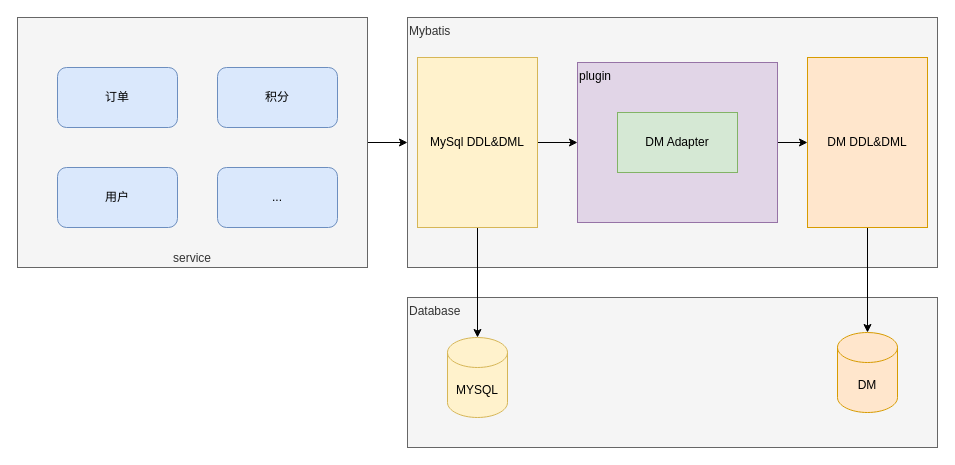
This is 数据库信创适配.drawio from it-coder/diagram, a draw.io file, before an edit. Source tidied: cells renumbered, new cells numbered last; positions are measured from the earlier drawing's top-left corner, leaving out a move shared by most shapes. Both pictures are drawn from the tidied source at 100%, with x=0, y=0 at pixel (17, 17).
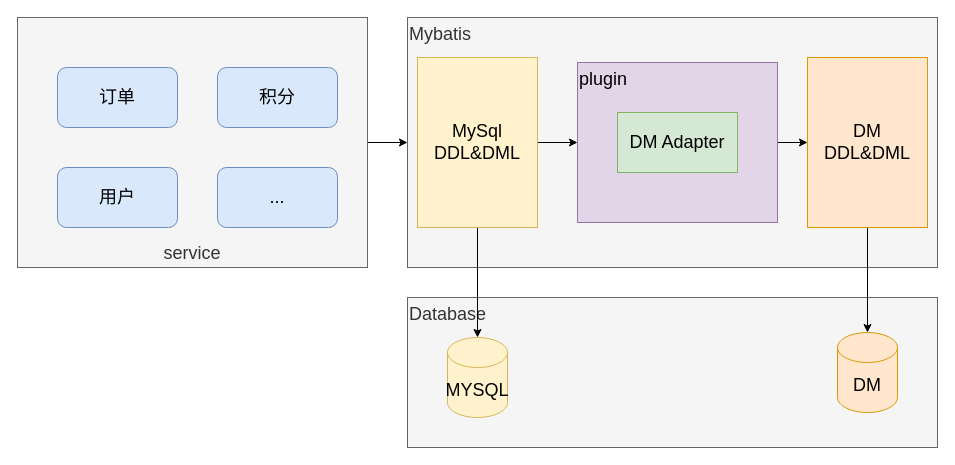
The same page after the edit.

Commit message (it also covers changes not shown here):
更新数据库信创适配.drawio

Change to the diagram source:
```diff
@@
 <mxGraphModel>
   <root>
     <mxCell id="0" />
     <mxCell id="1" parent="0" />
-    <mxCell id="2" value="Database" style="rounded=0;whiteSpace=wrap;html=1;fillColor=#f5f5f5;fontColor=#333333;strokeColor=#666666;align=left;verticalAlign=top;" parent="1" vertex="1">
+    <mxCell id="2" value="Database" style="rounded=0;whiteSpace=wrap;html=1;fillColor=#f5f5f5;fontColor=#333333;strokeColor=#666666;align=left;verticalAlign=top;fontSize=18;" parent="1" vertex="1">
       <mxGeometry x="390" y="280" width="530" height="150" as="geometry" />
     </mxCell>
-    <mxCell id="3" value="Mybatis" style="rounded=0;whiteSpace=wrap;html=1;fillColor=#f5f5f5;fontColor=#333333;strokeColor=#666666;verticalAlign=top;align=left;" parent="1" vertex="1">
+    <mxCell id="3" value="Mybatis" style="rounded=0;whiteSpace=wrap;html=1;fillColor=#f5f5f5;fontColor=#333333;strokeColor=#666666;verticalAlign=top;align=left;fontSize=18;" parent="1" vertex="1">
       <mxGeometry x="390" width="530" height="250" as="geometry" />
     </mxCell>
-    <mxCell id="4" style="edgeStyle=orthogonalEdgeStyle;rounded=0;jettySize=auto;html=1;exitX=1;exitY=0.5;exitDx=0;exitDy=0;entryX=0;entryY=0.5;entryDx=0;entryDy=0;" parent="1" edge="1" source="5" target="3">
+    <mxCell id="4" style="edgeStyle=orthogonalEdgeStyle;rounded=0;jettySize=auto;html=1;exitX=1;exitY=0.5;exitDx=0;exitDy=0;entryX=0;entryY=0.5;entryDx=0;entryDy=0;fontSize=18;" parent="1" edge="1" source="5" target="3">
       <mxGeometry relative="1" as="geometry" />
     </mxCell>
-    <mxCell id="5" value="service" style="rounded=0;whiteSpace=wrap;html=1;verticalAlign=bottom;fillColor=#f5f5f5;fontColor=#333333;strokeColor=#666666;" parent="1" vertex="1">
+    <mxCell id="5" value="service" style="rounded=0;whiteSpace=wrap;html=1;verticalAlign=bottom;fillColor=#f5f5f5;fontColor=#333333;strokeColor=#666666;fontSize=18;" parent="1" vertex="1">
       <mxGeometry width="350" height="250" as="geometry" />
     </mxCell>
-    <mxCell id="6" style="edgeStyle=orthogonalEdgeStyle;rounded=0;jettySize=auto;html=1;exitX=1;exitY=0.5;exitDx=0;exitDy=0;entryX=0;entryY=0.5;entryDx=0;entryDy=0;" parent="1" edge="1" source="7" target="15">
+    <mxCell id="6" style="edgeStyle=orthogonalEdgeStyle;rounded=0;jettySize=auto;html=1;exitX=1;exitY=0.5;exitDx=0;exitDy=0;entryX=0;entryY=0.5;entryDx=0;entryDy=0;fontSize=18;" parent="1" edge="1" source="7" target="15">
       <mxGeometry relative="1" as="geometry" />
     </mxCell>
-    <mxCell id="7" value="plugin" style="rounded=0;whiteSpace=wrap;html=1;fillColor=#e1d5e7;strokeColor=#9673a6;align=left;verticalAlign=top;" parent="1" vertex="1">
+    <mxCell id="7" value="plugin" style="rounded=0;whiteSpace=wrap;html=1;fillColor=#e1d5e7;strokeColor=#9673a6;align=left;verticalAlign=top;fontSize=18;" parent="1" vertex="1">
       <mxGeometry x="560" y="45" width="200" height="160" as="geometry" />
     </mxCell>
-    <mxCell id="8" value="用户" style="rounded=1;whiteSpace=wrap;html=1;fillColor=#dae8fc;strokeColor=#6c8ebf;" parent="1" vertex="1">
+    <mxCell id="8" value="用户" style="rounded=1;whiteSpace=wrap;html=1;fillColor=#dae8fc;strokeColor=#6c8ebf;fontSize=18;" parent="1" vertex="1">
       <mxGeometry x="40" y="150" width="120" height="60" as="geometry" />
     </mxCell>
-    <mxCell id="9" value="订单" style="rounded=1;whiteSpace=wrap;html=1;fillColor=#dae8fc;strokeColor=#6c8ebf;" parent="1" vertex="1">
+    <mxCell id="9" value="订单" style="rounded=1;whiteSpace=wrap;html=1;fillColor=#dae8fc;strokeColor=#6c8ebf;fontSize=18;" parent="1" vertex="1">
       <mxGeometry x="40" y="50" width="120" height="60" as="geometry" />
     </mxCell>
-    <mxCell id="10" value="积分" style="rounded=1;whiteSpace=wrap;html=1;fillColor=#dae8fc;strokeColor=#6c8ebf;" parent="1" vertex="1">
+    <mxCell id="10" value="积分" style="rounded=1;whiteSpace=wrap;html=1;fillColor=#dae8fc;strokeColor=#6c8ebf;fontSize=18;" parent="1" vertex="1">
       <mxGeometry x="200" y="50" width="120" height="60" as="geometry" />
     </mxCell>
-    <mxCell id="11" style="edgeStyle=orthogonalEdgeStyle;rounded=0;jettySize=auto;html=1;exitX=1;exitY=0.5;exitDx=0;exitDy=0;entryX=0;entryY=0.5;entryDx=0;entryDy=0;" parent="1" edge="1" source="13" target="7">
+    <mxCell id="11" style="edgeStyle=orthogonalEdgeStyle;rounded=0;jettySize=auto;html=1;exitX=1;exitY=0.5;exitDx=0;exitDy=0;entryX=0;entryY=0.5;entryDx=0;entryDy=0;fontSize=18;" parent="1" edge="1" source="13" target="7">
       <mxGeometry relative="1" as="geometry" />
     </mxCell>
-    <mxCell id="12" style="edgeStyle=orthogonalEdgeStyle;rounded=0;jettySize=auto;html=1;exitX=0.5;exitY=1;exitDx=0;exitDy=0;" parent="1" edge="1" source="13" target="18">
+    <mxCell id="12" style="edgeStyle=orthogonalEdgeStyle;rounded=0;jettySize=auto;html=1;exitX=0.5;exitY=1;exitDx=0;exitDy=0;fontSize=18;" parent="1" edge="1" source="13" target="18">
       <mxGeometry relative="1" as="geometry" />
     </mxCell>
-    <mxCell id="13" value="MySql DDL&amp;amp;DML" style="rounded=0;whiteSpace=wrap;html=1;fillColor=#fff2cc;strokeColor=#d6b656;" parent="1" vertex="1">
+    <mxCell id="13" value="MySql DDL&amp;amp;DML" style="rounded=0;whiteSpace=wrap;html=1;fillColor=#fff2cc;strokeColor=#d6b656;fontSize=18;" parent="1" vertex="1">
       <mxGeometry x="400" y="40" width="120" height="170" as="geometry" />
     </mxCell>
-    <mxCell id="14" style="edgeStyle=orthogonalEdgeStyle;rounded=0;jettySize=auto;html=1;exitX=0.5;exitY=1;exitDx=0;exitDy=0;" parent="1" edge="1" source="15" target="19">
+    <mxCell id="14" style="edgeStyle=orthogonalEdgeStyle;rounded=0;jettySize=auto;html=1;exitX=0.5;exitY=1;exitDx=0;exitDy=0;fontSize=18;" parent="1" edge="1" source="15" target="19">
       <mxGeometry relative="1" as="geometry" />
     </mxCell>
-    <mxCell id="15" value="DM DDL&amp;amp;DML" style="rounded=0;whiteSpace=wrap;html=1;fillColor=#ffe6cc;strokeColor=#d79b00;" parent="1" vertex="1">
+    <mxCell id="15" value="DM DDL&amp;amp;DML" style="rounded=0;whiteSpace=wrap;html=1;fillColor=#ffe6cc;strokeColor=#d79b00;fontSize=18;" parent="1" vertex="1">
       <mxGeometry x="790" y="40" width="120" height="170" as="geometry" />
     </mxCell>
-    <mxCell id="16" value="DM Adapter" style="rounded=0;whiteSpace=wrap;html=1;fillColor=#d5e8d4;strokeColor=#82b366;" parent="1" vertex="1">
+    <mxCell id="16" value="DM Adapter" style="rounded=0;whiteSpace=wrap;html=1;fillColor=#d5e8d4;strokeColor=#82b366;fontSize=18;" parent="1" vertex="1">
       <mxGeometry x="600" y="95" width="120" height="60" as="geometry" />
     </mxCell>
-    <mxCell id="17" value="..." style="rounded=1;whiteSpace=wrap;html=1;fillColor=#dae8fc;strokeColor=#6c8ebf;" parent="1" vertex="1">
+    <mxCell id="17" value="..." style="rounded=1;whiteSpace=wrap;html=1;fillColor=#dae8fc;strokeColor=#6c8ebf;fontSize=18;" parent="1" vertex="1">
       <mxGeometry x="200" y="150" width="120" height="60" as="geometry" />
     </mxCell>
-    <mxCell id="18" value="MYSQL" style="shape=cylinder3;whiteSpace=wrap;html=1;boundedLbl=1;backgroundOutline=1;size=15;fillColor=#fff2cc;strokeColor=#d6b656;" parent="1" vertex="1">
+    <mxCell id="18" value="MYSQL" style="shape=cylinder3;whiteSpace=wrap;html=1;boundedLbl=1;backgroundOutline=1;size=15;fillColor=#fff2cc;strokeColor=#d6b656;fontSize=18;" parent="1" vertex="1">
       <mxGeometry x="430" y="320" width="60" height="80" as="geometry" />
     </mxCell>
-    <mxCell id="19" value="DM" style="shape=cylinder3;whiteSpace=wrap;html=1;boundedLbl=1;backgroundOutline=1;size=15;fillColor=#ffe6cc;strokeColor=#d79b00;" parent="1" vertex="1">
+    <mxCell id="19" value="DM" style="shape=cylinder3;whiteSpace=wrap;html=1;boundedLbl=1;backgroundOutline=1;size=15;fillColor=#ffe6cc;strokeColor=#d79b00;fontSize=18;" parent="1" vertex="1">
       <mxGeometry x="820" y="315" width="60" height="80" as="geometry" />
     </mxCell>
   </root>
 </mxGraphModel>
```
